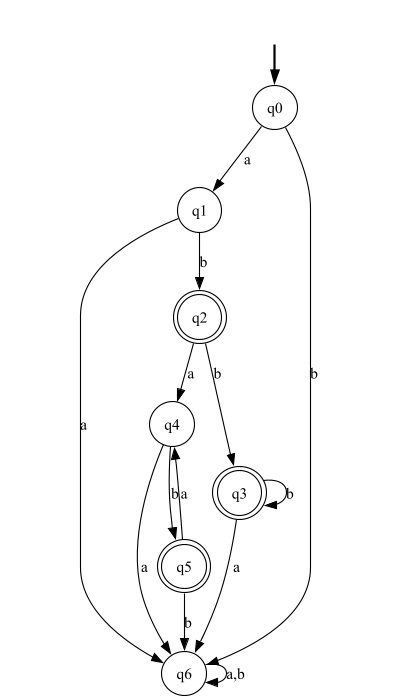
This is a2_q2.png from borisonekenobi/se3310-assignment2-bvasilev, a Graphviz export, as it was before one commit. Its source is kept beside it as a2_q2.dot.
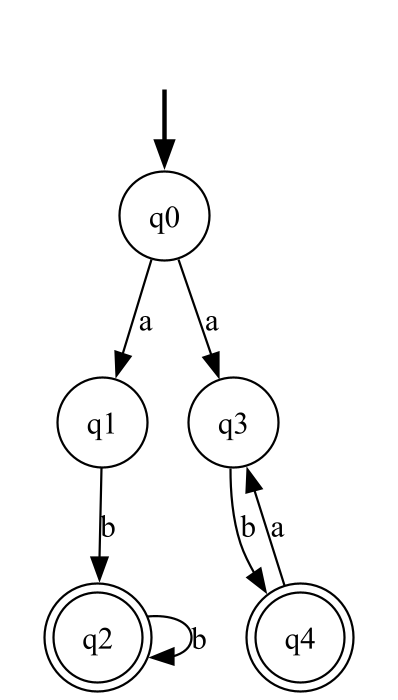
After the commit.

What changed in the source:
```diff
@@ -1,24 +1,16 @@
-digraph {
+digraph NFA {
     fake [style = invisible]
     q0 [root = true, shape = circle]
-    fake -> q0 [style = bold]
     q1 [shape = circle]
     q2 [shape = doublecircle]
-    q3 [shape = doublecircle]
-    q4 [shape = circle]
-    q5 [shape = doublecircle]
-    q6 [shape = circle]
+    q3 [shape = circle]
+    q4 [shape = doublecircle]
+
+    fake -> q0 [style = bold]
     q0 -> q1 [label = "a"]
-    q0 -> q6 [label = "b"]
-    q1 -> q6 [label = "a"]
+    q0 -> q3 [label = "a"]
     q1 -> q2 [label = "b"]
-    q2 -> q4 [label = "a"]
-    q2 -> q3 [label = "b"]
-    q3 -> q6 [label = "a"]
-    q3 -> q3 [label = "b"]
-    q4 -> q6 [label = "a"]
-    q4 -> q5 [label = "b"]
-    q5 -> q4 [label = "a"]
-    q5 -> q6 [label = "b"]
-    q6 -> q6 [label = "a,b"]
+    q2 -> q2 [label = "b"]
+    q3 -> q4 [label = "b"]
+    q4 -> q3 [label = "a"]
 }
```
